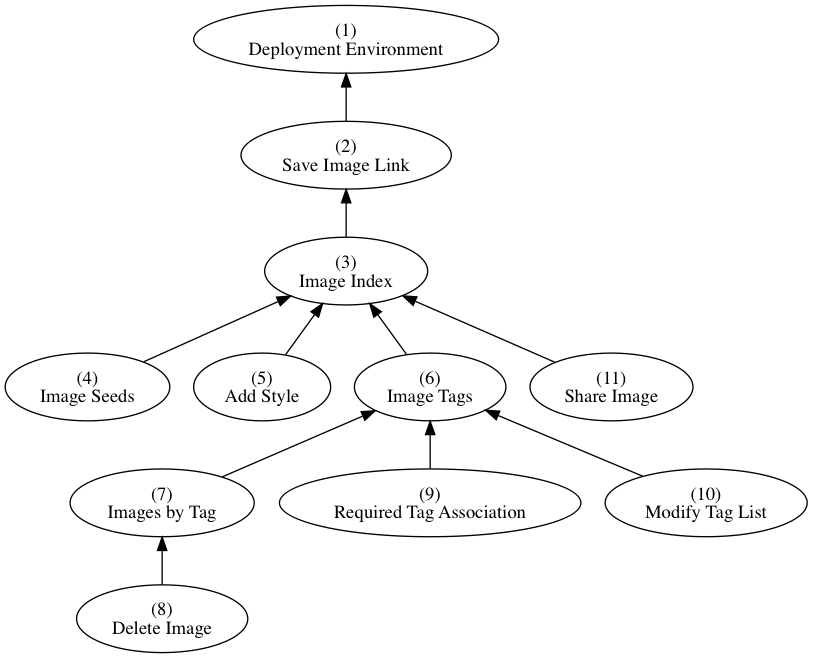
Before: dependencies.png, a diagram exported from Graphviz (AppFolioOnboarding/tasks). Its source is kept beside it as dependencies.dot.
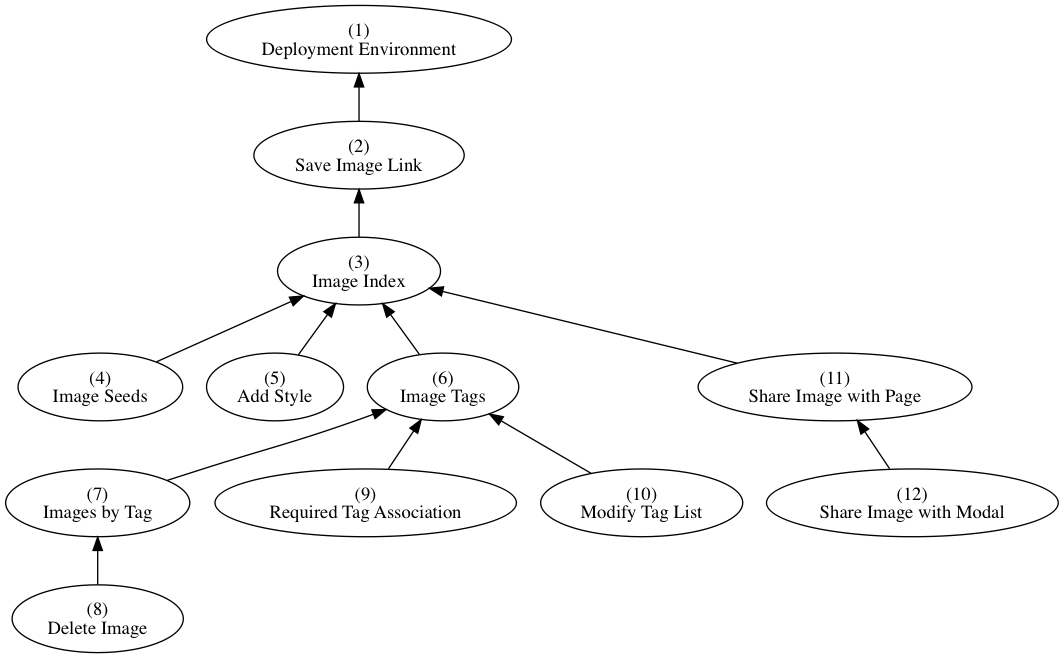
After the change.

Commit message:
jpp - Split "Share Image" issue into 2.

Change to the diagram source:
```diff
@@ -11,7 +11,8 @@
   "Delete Image" [label="(8)\nDelete Image"]
   "Required Tag Association" [label="(9)\nRequired Tag Association"]
   "Modify Tag List" [label="(10)\nModify Tag List"]
-  "Share Image" [label="(11)\nShare Image"]
+  "Share Image with Page" [label="(11)\nShare Image with Page"]
+  "Share Image with Modal" [label="(12)\nShare Image with Modal"]
 
   "Add Style" -> "Image Index"
   "Delete Image" -> "Images by Tag"
@@ -22,5 +23,6 @@
   "Modify Tag List" -> "Image Tags"
   "Required Tag Association" -> "Image Tags"
   "Save Image Link" -> "Deployment Environment"
-  "Share Image" -> "Image Index"
+  "Share Image with Page" -> "Image Index"
+  "Share Image with Modal" -> "Share Image with Page"
 }
```
